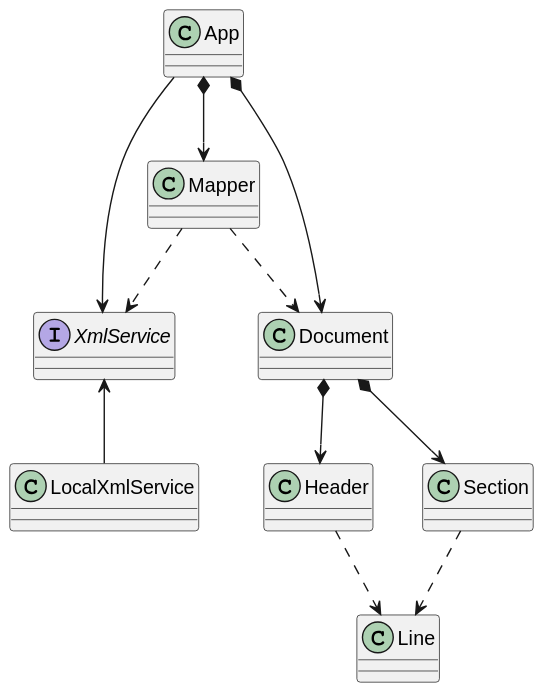
jumpering/xmlReaderApp keeps this PlantUML diagram as out/src/domainModel/domainModel.svg. Above is the earlier version.
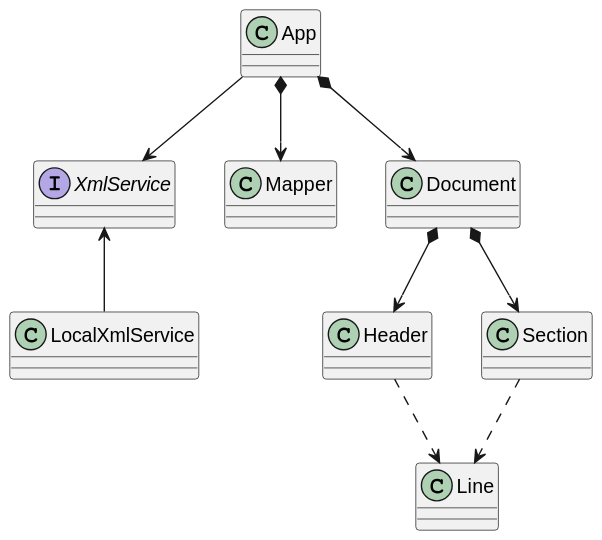
The same file after the commit.

The edit, as a diff of the source:
```diff
@@ -15,9 +15,6 @@
 Document *--> Header
 Document *--> Section
 
-Mapper ..> Document
-Mapper ..> XmlService
-
 Header ..> Line
 Section ..> Line
 @enduml
```
